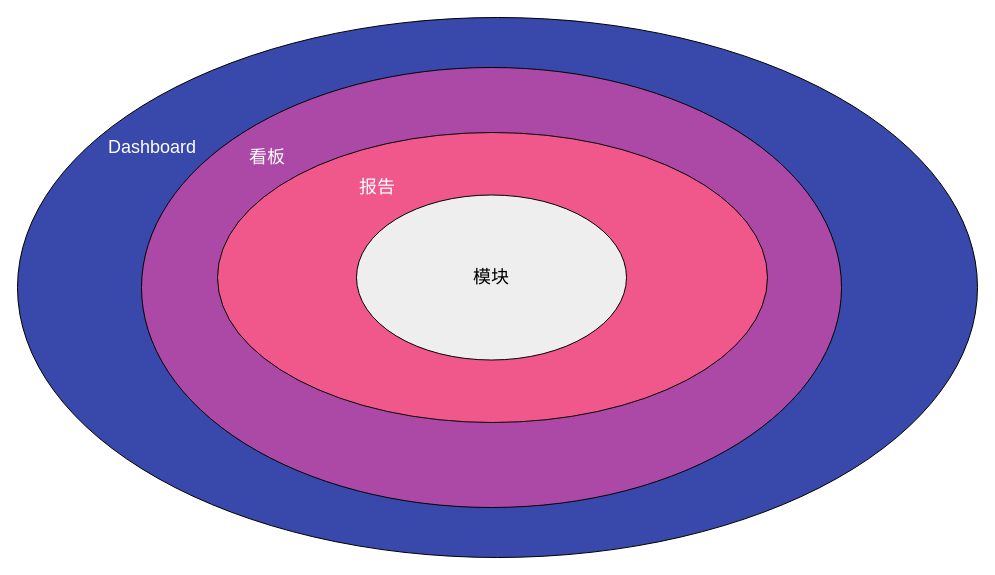
Before: source/Dashboard-视图划分.drawio in Mr-xzq/drawio, a draw.io diagram. Source tidied: cells renumbered, new cells numbered last; positions are measured from the earlier drawing's top-left corner, leaving out a move shared by most shapes. Both pictures are drawn from the tidied source at 100%, with x=0, y=0 at pixel (17, 17).
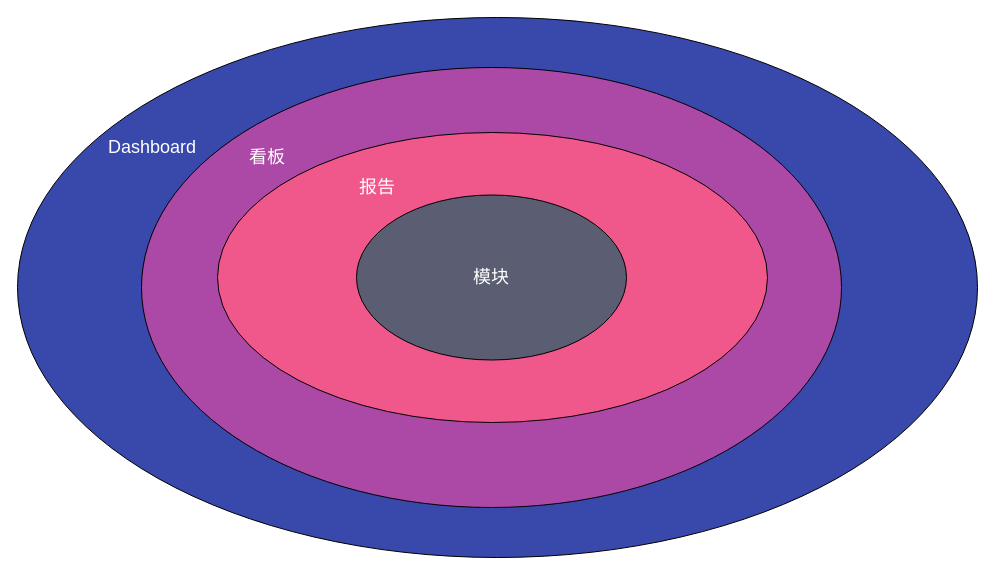
The same diagram, later.

Commit message (it also covers changes not shown here):
更新Dashboard-视图划分.drawio

Diff of the diagram source:
```diff
@@
 <mxGraphModel>
   <root>
     <mxCell id="0" />
     <mxCell id="1" parent="0" />
     <mxCell id="2" style="ellipse;whiteSpace=wrap;html=1;fillColor=#3949AB;" parent="1" vertex="1">
       <mxGeometry width="960" height="540" as="geometry" />
     </mxCell>
     <mxCell id="3" style="ellipse;whiteSpace=wrap;html=1;fillColor=#AC48A5;" parent="1" vertex="1">
       <mxGeometry x="124" y="50" width="700" height="440" as="geometry" />
     </mxCell>
     <mxCell id="4" style="ellipse;whiteSpace=wrap;html=1;fillColor=#F0588B;" parent="1" vertex="1">
       <mxGeometry x="200" y="115" width="550" height="290" as="geometry" />
     </mxCell>
-    <mxCell id="5" value="&lt;font style=&quot;font-size: 18px;&quot;&gt;模块&lt;/font&gt;" style="ellipse;whiteSpace=wrap;html=1;fillColor=#EEEEEE;" parent="1" vertex="1">
+    <mxCell id="5" value="&lt;font color=&quot;#ffffff&quot; style=&quot;font-size: 18px;&quot;&gt;模块&lt;/font&gt;" style="ellipse;whiteSpace=wrap;html=1;fillColor=#5B5D72;" parent="1" vertex="1">
       <mxGeometry x="339" y="177.5" width="270" height="165" as="geometry" />
     </mxCell>
     <mxCell id="6" value="&lt;font color=&quot;#ffffff&quot;&gt;报告&lt;/font&gt;" style="text;html=1;strokeColor=none;fillColor=none;align=center;verticalAlign=middle;whiteSpace=wrap;rounded=0;fontSize=18;" parent="1" vertex="1">
       <mxGeometry x="330" y="155" width="60" height="30" as="geometry" />
     </mxCell>
     <mxCell id="7" value="&lt;font color=&quot;#ffffff&quot;&gt;看板&lt;/font&gt;" style="text;html=1;strokeColor=none;fillColor=none;align=center;verticalAlign=middle;whiteSpace=wrap;rounded=0;fontSize=18;" parent="1" vertex="1">
       <mxGeometry x="220" y="125" width="60" height="30" as="geometry" />
     </mxCell>
     <mxCell id="8" value="&lt;font color=&quot;#ffffff&quot;&gt;Dashboard&lt;/font&gt;" style="text;html=1;strokeColor=none;fillColor=none;align=center;verticalAlign=middle;whiteSpace=wrap;rounded=0;fontSize=18;" parent="1" vertex="1">
       <mxGeometry x="80" y="115" width="110" height="30" as="geometry" />
     </mxCell>
   </root>
 </mxGraphModel>
```
